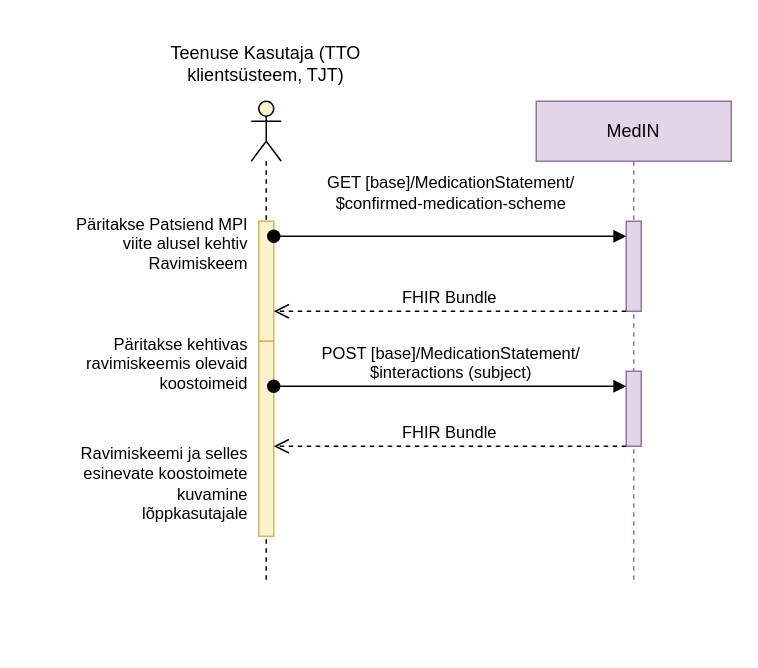
The draw.io diagram input/images-source/patsiendiravimiskeemiparimine.drawio in TEHIK-EE/ig-ee-medication-scheme, before the edit. Source tidied: cells renumbered, new cells numbered last; positions are measured from the earlier drawing's top-left corner, leaving out a move shared by most shapes. Both pictures are drawn from the tidied source at 150%, with x=0, y=0 at pixel (70, 26).
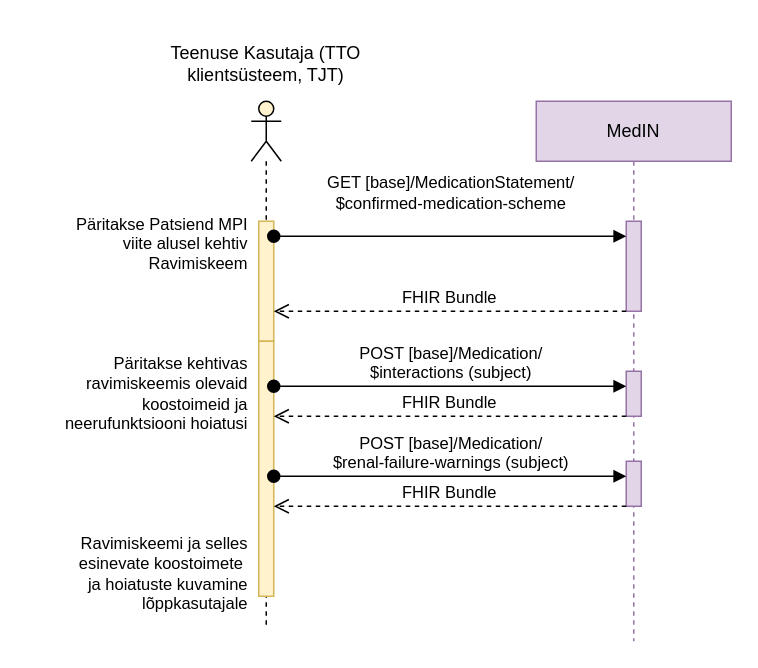
After the change.

What changed in the source:
```diff
@@
-    <mxCell id="2" style="shape=umlLifeline;perimeter=lifelinePerimeter;whiteSpace=wrap;html=1;newEdgeStyle={&quot;edgeStyle&quot;:&quot;elbowEdgeStyle&quot;,&quot;elbow&quot;:&quot;vertical&quot;,&quot;curved&quot;:0,&quot;rounded&quot;:0};participant=umlActor;fillColor=#fff2cc;strokeColor=#000000;" parent="1" vertex="1">
-      <mxGeometry x="120" y="50" width="20" height="320" as="geometry" />
-    </mxCell>
+    <mxCell id="15" style="shape=umlLifeline;perimeter=lifelinePerimeter;whiteSpace=wrap;html=1;newEdgeStyle={&quot;edgeStyle&quot;:&quot;elbowEdgeStyle&quot;,&quot;elbow&quot;:&quot;vertical&quot;,&quot;curved&quot;:0,&quot;rounded&quot;:0};participant=umlActor;fillColor=#fff2cc;strokeColor=#000000;" parent="1" vertex="1">
+      <mxGeometry x="120" y="50" width="20" height="350" as="geometry" />
+    </mxCell>
     <mxCell id="3" value="MedIN" style="shape=umlLifeline;perimeter=lifelinePerimeter;whiteSpace=wrap;html=1;newEdgeStyle={&quot;edgeStyle&quot;:&quot;elbowEdgeStyle&quot;,&quot;elbow&quot;:&quot;vertical&quot;,&quot;curved&quot;:0,&quot;rounded&quot;:0};fillColor=#e1d5e7;strokeColor=#9673a6;" parent="1" vertex="1">
-      <mxGeometry x="310" y="50" width="130" height="320" as="geometry" />
+      <mxGeometry x="310" y="50" width="130" height="360" as="geometry" />
     </mxCell>
@@
-    <mxCell id="5" style="html=1;points=[];perimeter=orthogonalPerimeter;outlineConnect=0;targetShapes=umlLifeline;portConstraint=eastwest;newEdgeStyle={&quot;edgeStyle&quot;:&quot;elbowEdgeStyle&quot;,&quot;elbow&quot;:&quot;vertical&quot;,&quot;curved&quot;:0,&quot;rounded&quot;:0};fillColor=#e1d5e7;strokeColor=#9673a6;" parent="3" vertex="1">
-      <mxGeometry x="60" y="180" width="10" height="50" as="geometry" />
-    </mxCell>
+    <mxCell id="16" style="html=1;points=[];perimeter=orthogonalPerimeter;outlineConnect=0;targetShapes=umlLifeline;portConstraint=eastwest;newEdgeStyle={&quot;edgeStyle&quot;:&quot;elbowEdgeStyle&quot;,&quot;elbow&quot;:&quot;vertical&quot;,&quot;curved&quot;:0,&quot;rounded&quot;:0};fillColor=#e1d5e7;strokeColor=#9673a6;" parent="3" vertex="1">
+      <mxGeometry x="60" y="180" width="10" height="30" as="geometry" />
+    </mxCell>
+    <mxCell id="17" style="html=1;points=[];perimeter=orthogonalPerimeter;outlineConnect=0;targetShapes=umlLifeline;portConstraint=eastwest;newEdgeStyle={&quot;edgeStyle&quot;:&quot;elbowEdgeStyle&quot;,&quot;elbow&quot;:&quot;vertical&quot;,&quot;curved&quot;:0,&quot;rounded&quot;:0};fillColor=#e1d5e7;strokeColor=#9673a6;" parent="3" vertex="1">
+      <mxGeometry x="60" y="240" width="10" height="30" as="geometry" />
+    </mxCell>
@@
-    <mxCell id="11" value="Ravimiskeemi ja selles esinevate koostoimete kuvamine lõppkasutajale" style="text;html=1;strokeColor=none;fillColor=none;align=right;verticalAlign=middle;whiteSpace=wrap;rounded=0;fontSize=11;" parent="1" vertex="1">
-      <mxGeometry y="290" width="120" height="30" as="geometry" />
-    </mxCell>
-    <mxCell id="12" style="html=1;points=[];perimeter=orthogonalPerimeter;outlineConnect=0;targetShapes=umlLifeline;portConstraint=eastwest;newEdgeStyle={&quot;edgeStyle&quot;:&quot;elbowEdgeStyle&quot;,&quot;elbow&quot;:&quot;vertical&quot;,&quot;curved&quot;:0,&quot;rounded&quot;:0};fillColor=#fff2cc;strokeColor=#d6b656;" parent="1" vertex="1">
-      <mxGeometry x="125" y="210" width="10" height="130" as="geometry" />
-    </mxCell>
-    <mxCell id="13" value="Päritakse kehtivas ravimiskeemis olevaid koostoimeid" style="text;html=1;strokeColor=none;fillColor=none;align=right;verticalAlign=middle;whiteSpace=wrap;rounded=0;fontSize=11;" parent="1" vertex="1">
-      <mxGeometry y="190" width="120" height="70" as="geometry" />
-    </mxCell>
-    <mxCell id="14" value="POST [base]/MedicationStatement/&lt;div&gt;$interactions (subject)&lt;/div&gt;" style="html=1;verticalAlign=bottom;startArrow=oval;startFill=1;endArrow=block;startSize=8;edgeStyle=elbowEdgeStyle;elbow=vertical;curved=0;rounded=0;" parent="1" edge="1" source="12" target="5">
-      <mxGeometry relative="1" as="geometry">
-        <Array as="points">
-          <mxPoint x="310" y="240" />
-          <mxPoint x="160" y="250" />
-          <mxPoint x="320" y="480" />
-          <mxPoint x="185" y="545" />
-        </Array>
-      </mxGeometry>
-    </mxCell>
-    <mxCell id="15" value="FHIR Bundle" style="html=1;verticalAlign=bottom;endArrow=open;dashed=1;endSize=8;edgeStyle=elbowEdgeStyle;elbow=vertical;curved=0;rounded=0;" parent="1" edge="1" source="5" target="12">
-      <mxGeometry relative="1" as="geometry">
-        <Array as="points">
-          <mxPoint x="320" y="280" />
-          <mxPoint x="290" y="570" />
-          <mxPoint x="255" y="630" />
-        </Array>
-      </mxGeometry>
-    </mxCell>
+    <mxCell id="18" value="Ravimiskeemi ja selles esinevate koostoimete&amp;nbsp; ja hoiatuste kuvamine lõppkasutajale" style="text;html=1;strokeColor=none;fillColor=none;align=right;verticalAlign=middle;whiteSpace=wrap;rounded=0;fontSize=11;" parent="1" vertex="1">
+      <mxGeometry y="350" width="120" height="30" as="geometry" />
+    </mxCell>
+    <mxCell id="19" style="html=1;points=[];perimeter=orthogonalPerimeter;outlineConnect=0;targetShapes=umlLifeline;portConstraint=eastwest;newEdgeStyle={&quot;edgeStyle&quot;:&quot;elbowEdgeStyle&quot;,&quot;elbow&quot;:&quot;vertical&quot;,&quot;curved&quot;:0,&quot;rounded&quot;:0};fillColor=#fff2cc;strokeColor=#d6b656;" parent="1" vertex="1">
+      <mxGeometry x="125" y="210" width="10" height="170" as="geometry" />
+    </mxCell>
+    <mxCell id="20" value="Päritakse kehtivas ravimiskeemis olevaid koostoimeid ja neerufunktsiooni hoiatusi" style="text;html=1;strokeColor=none;fillColor=none;align=right;verticalAlign=middle;whiteSpace=wrap;rounded=0;fontSize=11;" parent="1" vertex="1">
+      <mxGeometry x="-30" y="210" width="150" height="70" as="geometry" />
+    </mxCell>
+    <mxCell id="21" value="POST [base]/Medication/&lt;div&gt;$interactions (subject)&lt;br&gt;&lt;/div&gt;" style="html=1;verticalAlign=bottom;startArrow=oval;startFill=1;endArrow=block;startSize=8;edgeStyle=elbowEdgeStyle;elbow=vertical;curved=0;rounded=0;" parent="1" edge="1" source="19" target="16">
+      <mxGeometry relative="1" as="geometry">
+        <Array as="points">
+          <mxPoint x="190" y="240" />
+          <mxPoint x="310" y="240" />
+          <mxPoint x="160" y="250" />
+          <mxPoint x="320" y="480" />
+          <mxPoint x="185" y="545" />
+        </Array>
+      </mxGeometry>
+    </mxCell>
+    <mxCell id="22" value="FHIR Bundle" style="html=1;verticalAlign=bottom;endArrow=open;dashed=1;endSize=8;edgeStyle=elbowEdgeStyle;elbow=vertical;curved=0;rounded=0;" parent="1" edge="1" source="16" target="19">
+      <mxGeometry relative="1" as="geometry">
+        <Array as="points">
+          <mxPoint x="300" y="260" />
+          <mxPoint x="320" y="280" />
+          <mxPoint x="290" y="570" />
+          <mxPoint x="255" y="630" />
+        </Array>
+      </mxGeometry>
+    </mxCell>
+    <mxCell id="23" value="POST [base]/&lt;span style=&quot;background-color: light-dark(#ffffff, var(--ge-dark-color, #121212)); color: light-dark(rgb(0, 0, 0), rgb(255, 255, 255));&quot;&gt;Medication/&lt;/span&gt;&lt;div&gt;&lt;span style=&quot;background-color: light-dark(#ffffff, var(--ge-dark-color, #121212)); color: light-dark(rgb(0, 0, 0), rgb(255, 255, 255));&quot;&gt;$renal-failure-warnings&lt;/span&gt;&lt;span style=&quot;color: light-dark(rgb(0, 0, 0), rgb(255, 255, 255)); background-color: light-dark(#ffffff, var(--ge-dark-color, #121212));&quot;&gt;&amp;nbsp;(subject)&lt;/span&gt;&lt;/div&gt;" style="html=1;verticalAlign=bottom;startArrow=oval;startFill=1;endArrow=block;startSize=8;edgeStyle=elbowEdgeStyle;elbow=vertical;curved=0;rounded=0;" parent="1" edge="1" source="19" target="17">
+      <mxGeometry relative="1" as="geometry">
+        <Array as="points">
+          <mxPoint x="190" y="300" />
+          <mxPoint x="310" y="300" />
+          <mxPoint x="160" y="310" />
+          <mxPoint x="320" y="540" />
+          <mxPoint x="185" y="605" />
+        </Array>
+      </mxGeometry>
+    </mxCell>
+    <mxCell id="24" value="FHIR Bundle" style="html=1;verticalAlign=bottom;endArrow=open;dashed=1;endSize=8;edgeStyle=elbowEdgeStyle;elbow=vertical;curved=0;rounded=0;" parent="1" edge="1" source="17" target="19">
+      <mxGeometry relative="1" as="geometry">
+        <Array as="points">
+          <mxPoint x="300" y="320" />
+          <mxPoint x="320" y="340" />
+          <mxPoint x="290" y="630" />
+          <mxPoint x="255" y="690" />
+        </Array>
+      </mxGeometry>
+    </mxCell>
```
